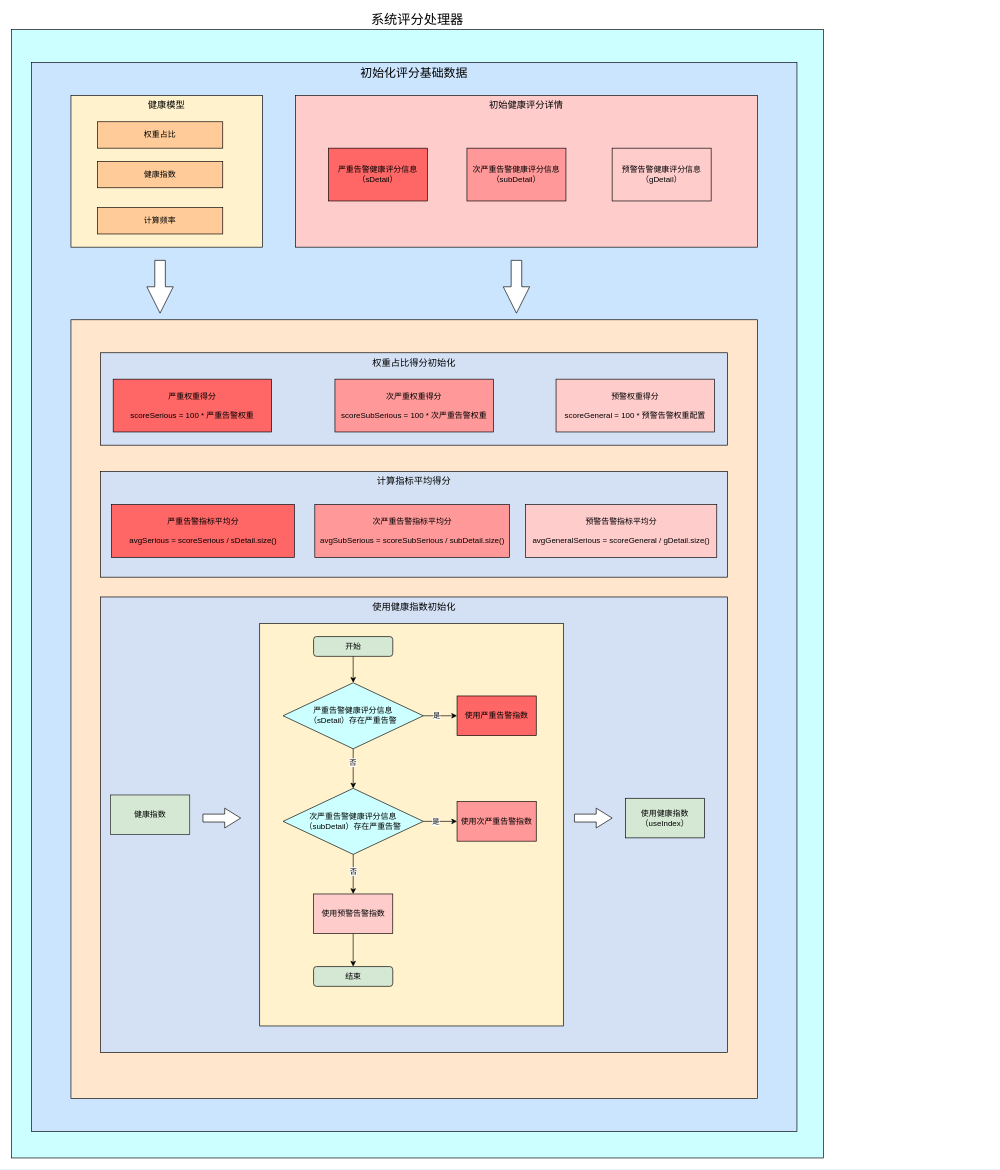
Above: 健康模型2.drawio in diaosinanshen/draw (draw.io), before the change. Source tidied: cells renumbered, new cells numbered last; positions are measured from the earlier drawing's top-left corner, leaving out a move shared by most shapes. Both pictures are drawn from the tidied source at 66%, with x=0, y=0 at pixel (11, 29).
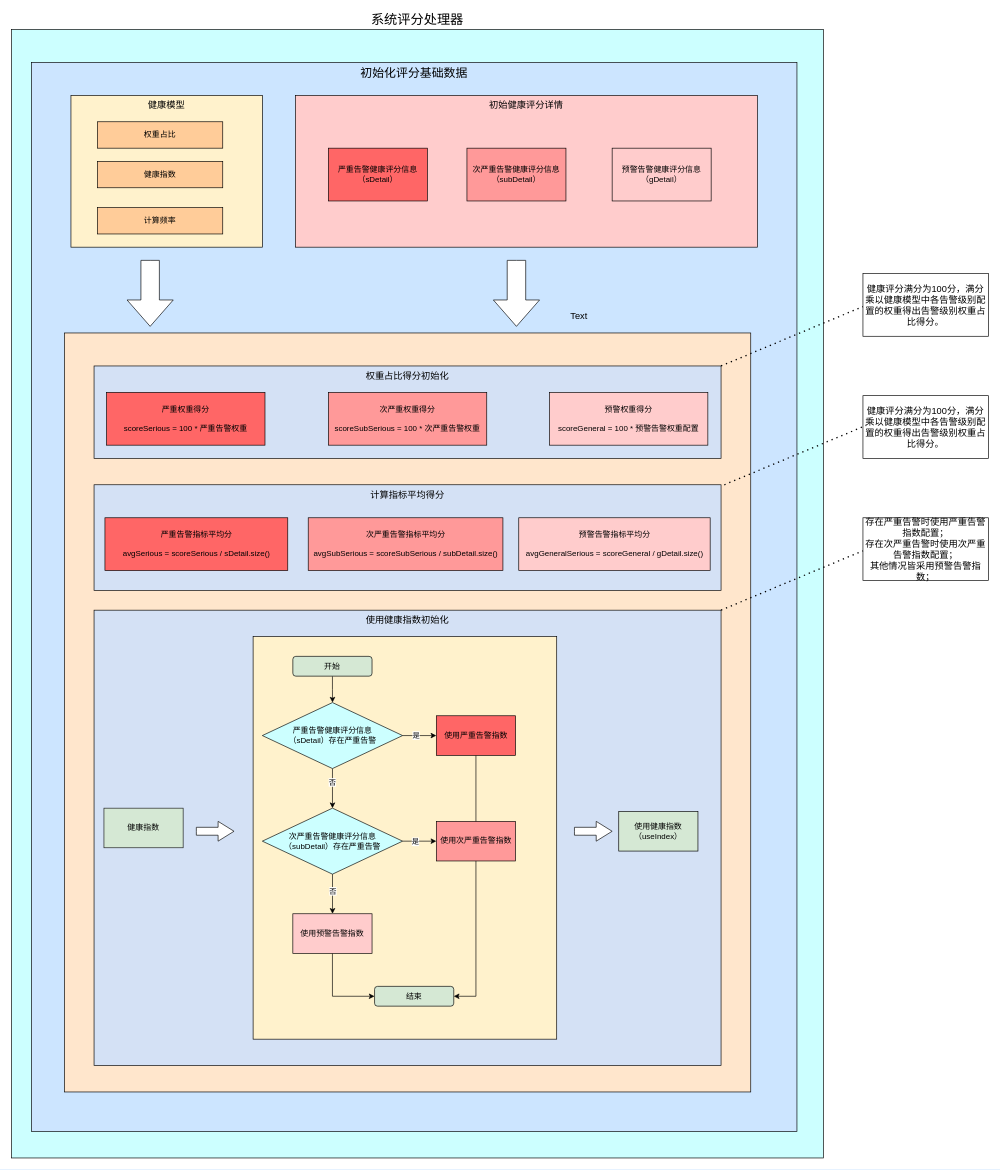
After the change.

Commit message:
更新健康模型2.drawio

The edit, as a diff of the source:
```diff
@@
     <mxCell id="8" style="rounded=0;whiteSpace=wrap;html=1;verticalAlign=top;fillColor=#FFE6CC;" parent="1" vertex="1">
-      <mxGeometry x="90" y="440" width="1040" height="1180" as="geometry" />
+      <mxGeometry x="80" y="460" width="1040" height="1150" as="geometry" />
     </mxCell>
@@
     <mxCell id="13" value="权重占比得分初始化" style="rounded=0;whiteSpace=wrap;html=1;verticalAlign=top;fillColor=#D4E1F5;fontSize=14;" parent="1" vertex="1">
-      <mxGeometry x="135" y="490" width="950" height="140" as="geometry" />
+      <mxGeometry x="125" y="510" width="950" height="140" as="geometry" />
     </mxCell>
     <mxCell id="14" value="严重权重得分&lt;br&gt;&lt;br&gt;scoreSerious = 100 * 严重告警权重" style="rounded=0;whiteSpace=wrap;html=1;fillColor=#FF6666;" parent="1" vertex="1">
-      <mxGeometry x="154" y="530" width="240" height="80" as="geometry" />
+      <mxGeometry x="144" y="550" width="240" height="80" as="geometry" />
     </mxCell>
-    <mxCell id="15" style="html=1;shadow=0;dashed=0;align=center;verticalAlign=middle;shape=mxgraph.arrows2.arrow;dy=0.6;dx=40;notch=0;rotation=90;" parent="1" vertex="1">
-      <mxGeometry x="185" y="370" width="80" height="40" as="geometry" />
-    </mxCell>
-    <mxCell id="16" style="html=1;shadow=0;dashed=0;align=center;verticalAlign=middle;shape=mxgraph.arrows2.arrow;dy=0.6;dx=40;notch=0;rotation=90;" parent="1" vertex="1">
-      <mxGeometry x="725" y="370" width="80" height="40" as="geometry" />
-    </mxCell>
     <mxCell id="17" value="次严重权重得分&lt;br&gt;&lt;br&gt;scoreSubSerious = 100 * 次严重告警权重" style="rounded=0;whiteSpace=wrap;html=1;fillColor=#FF9999;" parent="1" vertex="1">
-      <mxGeometry x="490" y="530" width="240" height="80" as="geometry" />
+      <mxGeometry x="480" y="550" width="240" height="80" as="geometry" />
     </mxCell>
     <mxCell id="18" value="预警权重得分&lt;br&gt;&lt;br&gt;scoreGeneral = 100 * 预警告警权重配置" style="rounded=0;whiteSpace=wrap;html=1;fillColor=#FFCCCC;" parent="1" vertex="1">
-      <mxGeometry x="825" y="530" width="240" height="80" as="geometry" />
+      <mxGeometry x="815" y="550" width="240" height="80" as="geometry" />
     </mxCell>
     <mxCell id="19" value="计算指标平均得分" style="rounded=0;whiteSpace=wrap;html=1;verticalAlign=top;fillColor=#D4E1F5;fontSize=14;" parent="1" vertex="1">
-      <mxGeometry x="135" y="670" width="950" height="160" as="geometry" />
+      <mxGeometry x="125" y="690" width="950" height="160" as="geometry" />
     </mxCell>
     <mxCell id="20" value="严重告警指标平均分&lt;br&gt;&lt;br&gt;avgSerious = scoreSerious / sDetail.size()" style="rounded=0;whiteSpace=wrap;html=1;flipH=1;flipV=1;fillColor=#FF6666;" parent="1" vertex="1">
-      <mxGeometry x="151.5" y="720" width="277" height="80" as="geometry" />
+      <mxGeometry x="141.5" y="740" width="277" height="80" as="geometry" />
     </mxCell>
     <mxCell id="21" value="次严重告警指标平均分&lt;br&gt;&lt;br&gt;avgSubSerious = scoreSubSerious / subDetail.size()" style="rounded=0;whiteSpace=wrap;html=1;flipH=1;flipV=1;fillColor=#FF9999;" parent="1" vertex="1">
-      <mxGeometry x="459.5" y="720" width="295" height="80" as="geometry" />
+      <mxGeometry x="449.5" y="740" width="295" height="80" as="geometry" />
     </mxCell>
     <mxCell id="22" value="预警告警指标平均分&lt;br&gt;&lt;br&gt;avgGeneralSerious = scoreGeneral / gDetail.size()" style="rounded=0;whiteSpace=wrap;html=1;flipH=1;flipV=1;fillColor=#FFCCCC;" parent="1" vertex="1">
-      <mxGeometry x="778.5" y="720" width="290" height="80" as="geometry" />
+      <mxGeometry x="768.5" y="740" width="290" height="80" as="geometry" />
     </mxCell>
     <mxCell id="23" value="使用健康指数初始化" style="rounded=0;whiteSpace=wrap;html=1;verticalAlign=top;fillColor=#D4E1F5;fontSize=14;" parent="1" vertex="1">
-      <mxGeometry x="135" y="860" width="950" height="690" as="geometry" />
+      <mxGeometry x="125" y="880" width="950" height="690" as="geometry" />
     </mxCell>
     <mxCell id="24" style="rounded=0;whiteSpace=wrap;html=1;strokeWidth=1;fillColor=#FFF2CC;" parent="1" vertex="1">
-      <mxGeometry x="376" y="900" width="460" height="610" as="geometry" />
+      <mxGeometry x="366" y="920" width="460" height="610" as="geometry" />
     </mxCell>
@@
     <mxCell id="26" value="开始" style="rounded=1;whiteSpace=wrap;html=1;fillColor=#D5E8D4;" parent="1" vertex="1">
-      <mxGeometry x="457.6" y="920" width="120" height="30" as="geometry" />
+      <mxGeometry x="426.2" y="950" width="120" height="30" as="geometry" />
     </mxCell>
@@
     <mxCell id="31" value="严重告警健康评分信息&lt;br&gt;（sDetail）存在严重告警" style="strokeWidth=1;html=1;shape=mxgraph.flowchart.decision;whiteSpace=wrap;fillColor=#CCFFFF;" parent="1" vertex="1">
-      <mxGeometry x="411.4" y="990" width="212.5" height="100" as="geometry" />
+      <mxGeometry x="380" y="1020" width="212.5" height="100" as="geometry" />
     </mxCell>
+    <mxCell id="46" style="edgeStyle=orthogonalEdgeStyle;rounded=0;jettySize=auto;html=1;entryX=1;entryY=0.5;entryDx=0;entryDy=0;fontSize=14;" parent="1" edge="1" source="32" target="42">
+      <mxGeometry relative="1" as="geometry" />
+    </mxCell>
     <mxCell id="32" value="使用严重告警指数" style="rounded=0;whiteSpace=wrap;html=1;fillColor=#FF6666;" parent="1" vertex="1">
-      <mxGeometry x="675" y="1010" width="120" height="60" as="geometry" />
+      <mxGeometry x="643.6" y="1040" width="120" height="60" as="geometry" />
     </mxCell>
@@
     <mxCell id="35" style="edgeStyle=orthogonalEdgeStyle;rounded=0;jettySize=auto;html=1;" parent="1" edge="1" source="37">
       <mxGeometry relative="1" as="geometry">
-        <mxPoint x="517.6" y="1310" as="targetPoint" />
+        <mxPoint x="486.3" y="1340" as="targetPoint" />
       </mxGeometry>
     </mxCell>
@@
     <mxCell id="37" value="次严重告警健康评分信息&lt;br&gt;（subDetail）存在严重告警" style="strokeWidth=1;html=1;shape=mxgraph.flowchart.decision;whiteSpace=wrap;fillColor=#CCFFFF;" parent="1" vertex="1">
-      <mxGeometry x="411.4" y="1150" width="212.5" height="100" as="geometry" />
+      <mxGeometry x="380" y="1180" width="212.5" height="100" as="geometry" />
     </mxCell>
     <mxCell id="38" value="使用次严重告警指数" style="rounded=0;whiteSpace=wrap;html=1;fillColor=#FF9999;" parent="1" vertex="1">
-      <mxGeometry x="675" y="1170" width="120" height="60" as="geometry" />
+      <mxGeometry x="643.6" y="1200" width="120" height="60" as="geometry" />
     </mxCell>
-    <mxCell id="39" style="edgeStyle=orthogonalEdgeStyle;rounded=0;jettySize=auto;html=1;entryX=0.5;entryY=0;entryDx=0;entryDy=0;" parent="1" edge="1" source="40" target="42">
+    <mxCell id="39" style="edgeStyle=orthogonalEdgeStyle;rounded=0;jettySize=auto;html=1;entryX=0;entryY=0.5;entryDx=0;entryDy=0;fontSize=14;exitX=0.5;exitY=1;exitDx=0;exitDy=0;" parent="1" edge="1" source="40" target="42">
       <mxGeometry relative="1" as="geometry" />
     </mxCell>
     <mxCell id="40" value="使用预警告警指数" style="rounded=0;whiteSpace=wrap;html=1;fillColor=#FFCCCC;" parent="1" vertex="1">
-      <mxGeometry x="457.6" y="1310" width="120" height="60" as="geometry" />
+      <mxGeometry x="426.2" y="1340" width="120" height="60" as="geometry" />
     </mxCell>
     <mxCell id="41" value="健康指数" style="rounded=0;whiteSpace=wrap;html=1;strokeWidth=1;fillColor=#d5e8d4;strokeColor=#1A1A1A;" parent="1" vertex="1">
-      <mxGeometry x="150" y="1160" width="120" height="60" as="geometry" />
+      <mxGeometry x="140" y="1180" width="120" height="60" as="geometry" />
     </mxCell>
     <mxCell id="42" value="结束" style="rounded=1;whiteSpace=wrap;html=1;fillColor=#D5E8D4;" parent="1" vertex="1">
-      <mxGeometry x="457.6" y="1420" width="120" height="30" as="geometry" />
+      <mxGeometry x="550" y="1450" width="120" height="30" as="geometry" />
     </mxCell>
     <mxCell id="43" style="html=1;shadow=0;dashed=0;align=center;verticalAlign=middle;shape=mxgraph.arrows2.arrow;dy=0.6;dx=24.14;notch=0;strokeWidth=1;" parent="1" vertex="1">
-      <mxGeometry x="852.9" y="1180" width="57.1" height="30" as="geometry" />
+      <mxGeometry x="852.9" y="1200" width="57.1" height="30" as="geometry" />
     </mxCell>
     <mxCell id="44" value="使用健康指数&lt;br&gt;（useIndex）" style="rounded=0;whiteSpace=wrap;html=1;strokeWidth=1;fillColor=#d5e8d4;strokeColor=#000000;" parent="1" vertex="1">
-      <mxGeometry x="930" y="1165" width="120" height="60" as="geometry" />
+      <mxGeometry x="920" y="1185" width="120" height="60" as="geometry" />
     </mxCell>
     <mxCell id="45" style="html=1;shadow=0;dashed=0;align=center;verticalAlign=middle;shape=mxgraph.arrows2.arrow;dy=0.6;dx=24.14;notch=0;strokeWidth=1;" parent="1" vertex="1">
-      <mxGeometry x="290" y="1180" width="57.1" height="30" as="geometry" />
+      <mxGeometry x="280" y="1200" width="57.1" height="30" as="geometry" />
     </mxCell>
+    <mxCell id="47" style="html=1;shadow=0;dashed=0;align=center;verticalAlign=middle;shape=mxgraph.arrows2.arrow;dy=0.6;dx=40;direction=south;notch=0;fontColor=#CCFFFF;fillColor=#FFFFFF;" parent="1" vertex="1">
+      <mxGeometry x="730" y="350" width="70" height="100" as="geometry" />
+    </mxCell>
+    <mxCell id="48" style="html=1;shadow=0;dashed=0;align=center;verticalAlign=middle;shape=mxgraph.arrows2.arrow;dy=0.6;dx=40;direction=south;notch=0;fontColor=#CCFFFF;fillColor=#FFFFFF;" parent="1" vertex="1">
+      <mxGeometry x="175" y="350" width="70" height="100" as="geometry" />
+    </mxCell>
+    <mxCell id="49" style="endArrow=none;dashed=1;html=1;dashPattern=1 3;strokeWidth=2;rounded=0;fontSize=14;exitX=1;exitY=0;exitDx=0;exitDy=0;" parent="1" edge="1" source="13">
+      <mxGeometry relative="1" as="geometry">
+        <mxPoint x="1290" y="420" as="targetPoint" />
+      </mxGeometry>
+    </mxCell>
+    <mxCell id="50" value="Text" style="text;html=1;strokeColor=none;fillColor=none;align=center;verticalAlign=middle;whiteSpace=wrap;rounded=0;strokeWidth=1;fontSize=14;" parent="1" vertex="1">
+      <mxGeometry x="830" y="420" width="60" height="30" as="geometry" />
+    </mxCell>
+    <mxCell id="51" value="健康评分满分为100分，满分乘以健康模型中各告警级别配置的权重得出告警级别权重占比得分。" style="text;html=1;strokeColor=default;fillColor=none;align=center;verticalAlign=middle;whiteSpace=wrap;rounded=0;strokeWidth=1;fontSize=14;" parent="1" vertex="1">
+      <mxGeometry x="1290" y="370" width="190" height="95" as="geometry" />
+    </mxCell>
+    <mxCell id="52" style="endArrow=none;dashed=1;html=1;dashPattern=1 3;strokeWidth=2;rounded=0;fontSize=14;exitX=1;exitY=0;exitDx=0;exitDy=0;" parent="1" edge="1">
+      <mxGeometry relative="1" as="geometry">
+        <mxPoint x="1080" y="690" as="sourcePoint" />
+        <mxPoint x="1295" y="600" as="targetPoint" />
+      </mxGeometry>
+    </mxCell>
+    <mxCell id="53" value="健康评分满分为100分，满分乘以健康模型中各告警级别配置的权重得出告警级别权重占比得分。" style="text;html=1;strokeColor=default;fillColor=none;align=center;verticalAlign=middle;whiteSpace=wrap;rounded=0;strokeWidth=1;fontSize=14;" parent="1" vertex="1">
+      <mxGeometry x="1290" y="555" width="190" height="95" as="geometry" />
+    </mxCell>
+    <mxCell id="54" style="endArrow=none;dashed=1;html=1;dashPattern=1 3;strokeWidth=2;rounded=0;fontSize=14;exitX=1;exitY=0;exitDx=0;exitDy=0;" parent="1" edge="1">
+      <mxGeometry relative="1" as="geometry">
+        <mxPoint x="1075" y="880" as="sourcePoint" />
+        <mxPoint x="1290" y="790" as="targetPoint" />
+      </mxGeometry>
+    </mxCell>
+    <mxCell id="55" value="存在严重告警时使用严重告警指数配置；&lt;br&gt;存在次严重告警时使用次严重告警指数配置；&lt;br&gt;其他情况皆采用预警告警指数；" style="text;html=1;strokeColor=default;fillColor=none;align=center;verticalAlign=middle;whiteSpace=wrap;rounded=0;strokeWidth=1;fontSize=14;" parent="1" vertex="1">
+      <mxGeometry x="1290" y="740" width="190" height="95" as="geometry" />
+    </mxCell>
```
